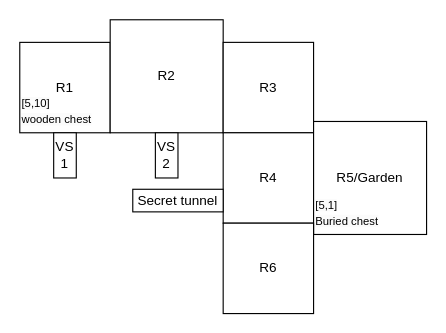
Earlier version of the draw.io diagram Survive/Documentation/Floor0.drawio (Otasmacour/Survive). Source tidied: cells renumbered, new cells numbered last; positions are measured from the earlier drawing's top-left corner, leaving out a move shared by most shapes. Both pictures are drawn from the tidied source at 113%, with x=0, y=0 at pixel (19, 19).
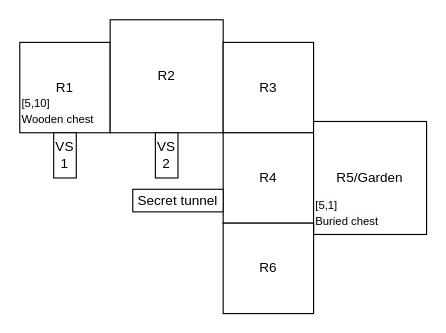
Above is the later version.

Diff of the diagram source:
```diff
@@
 <mxGraphModel>
   <root>
     <mxCell id="0" />
     <mxCell id="1" parent="0" />
     <mxCell id="2" value="R1" style="whiteSpace=wrap;html=1;" parent="1" vertex="1">
       <mxGeometry y="20" width="80" height="80" as="geometry" />
     </mxCell>
     <mxCell id="3" value="R2" style="whiteSpace=wrap;html=1;" parent="1" vertex="1">
       <mxGeometry x="80" width="100" height="100" as="geometry" />
     </mxCell>
     <mxCell id="4" value="R3" style="whiteSpace=wrap;html=1;" parent="1" vertex="1">
       <mxGeometry x="180" y="20" width="80" height="80" as="geometry" />
     </mxCell>
     <mxCell id="5" value="R4" style="whiteSpace=wrap;html=1;" parent="1" vertex="1">
       <mxGeometry x="180" y="100" width="80" height="80" as="geometry" />
     </mxCell>
     <mxCell id="6" value="R5/Garden" style="whiteSpace=wrap;html=1;" parent="1" vertex="1">
       <mxGeometry x="260" y="90" width="100" height="100" as="geometry" />
     </mxCell>
     <mxCell id="7" value="R6" style="whiteSpace=wrap;html=1;" parent="1" vertex="1">
       <mxGeometry x="180" y="180" width="80" height="80" as="geometry" />
     </mxCell>
     <mxCell id="8" value="VS&lt;br&gt;2" style="rounded=0;whiteSpace=wrap;html=1;" parent="1" vertex="1">
       <mxGeometry x="120" y="100" width="20" height="40" as="geometry" />
     </mxCell>
     <mxCell id="9" value="VS&lt;br&gt;1" style="rounded=0;whiteSpace=wrap;html=1;" parent="1" vertex="1">
       <mxGeometry x="30" y="100" width="20" height="40" as="geometry" />
     </mxCell>
     <mxCell id="10" value="Secret tunnel" style="rounded=0;whiteSpace=wrap;html=1;" parent="1" vertex="1">
       <mxGeometry x="100" y="150" width="80" height="20" as="geometry" />
     </mxCell>
     <mxCell id="11" value="&lt;span style=&quot;color: rgb(0, 0, 0); font-family: Helvetica; font-size: 10px; font-style: normal; font-variant-ligatures: normal; font-variant-caps: normal; font-weight: 400; letter-spacing: normal; orphans: 2; text-align: center; text-indent: 0px; text-transform: none; widows: 2; word-spacing: 0px; -webkit-text-stroke-width: 0px; background-color: rgb(251, 251, 251); text-decoration-thickness: initial; text-decoration-style: initial; text-decoration-color: initial; float: none; display: inline !important;&quot;&gt;[5,1]&lt;/span&gt;&lt;br style=&quot;border-color: var(--border-color); color: rgb(0, 0, 0); font-family: Helvetica; font-size: 10px; font-style: normal; font-variant-ligatures: normal; font-variant-caps: normal; font-weight: 400; letter-spacing: normal; orphans: 2; text-align: center; text-indent: 0px; text-transform: none; widows: 2; word-spacing: 0px; -webkit-text-stroke-width: 0px; background-color: rgb(251, 251, 251); text-decoration-thickness: initial; text-decoration-style: initial; text-decoration-color: initial;&quot;&gt;&lt;span style=&quot;color: rgb(0, 0, 0); font-family: Helvetica; font-size: 10px; font-style: normal; font-variant-ligatures: normal; font-variant-caps: normal; font-weight: 400; letter-spacing: normal; orphans: 2; text-align: center; text-indent: 0px; text-transform: none; widows: 2; word-spacing: 0px; -webkit-text-stroke-width: 0px; background-color: rgb(251, 251, 251); text-decoration-thickness: initial; text-decoration-style: initial; text-decoration-color: initial; float: none; display: inline !important;&quot;&gt;Buried chest&lt;/span&gt;" style="text;whiteSpace=wrap;html=1;" parent="1" vertex="1">
       <mxGeometry x="260" y="150" width="100" height="50" as="geometry" />
     </mxCell>
-    <mxCell id="12" value="&lt;span style=&quot;color: rgb(0, 0, 0); font-family: Helvetica; font-size: 10px; font-style: normal; font-variant-ligatures: normal; font-variant-caps: normal; font-weight: 400; letter-spacing: normal; orphans: 2; text-align: center; text-indent: 0px; text-transform: none; widows: 2; word-spacing: 0px; -webkit-text-stroke-width: 0px; background-color: rgb(251, 251, 251); text-decoration-thickness: initial; text-decoration-style: initial; text-decoration-color: initial; float: none; display: inline !important;&quot;&gt;[5,10]&lt;/span&gt;&lt;br style=&quot;border-color: var(--border-color); color: rgb(0, 0, 0); font-family: Helvetica; font-size: 10px; font-style: normal; font-variant-ligatures: normal; font-variant-caps: normal; font-weight: 400; letter-spacing: normal; orphans: 2; text-align: center; text-indent: 0px; text-transform: none; widows: 2; word-spacing: 0px; -webkit-text-stroke-width: 0px; background-color: rgb(251, 251, 251); text-decoration-thickness: initial; text-decoration-style: initial; text-decoration-color: initial;&quot;&gt;&lt;span style=&quot;color: rgb(0, 0, 0); font-family: Helvetica; font-size: 10px; font-style: normal; font-variant-ligatures: normal; font-variant-caps: normal; font-weight: 400; letter-spacing: normal; orphans: 2; text-align: center; text-indent: 0px; text-transform: none; widows: 2; word-spacing: 0px; -webkit-text-stroke-width: 0px; background-color: rgb(251, 251, 251); text-decoration-thickness: initial; text-decoration-style: initial; text-decoration-color: initial; float: none; display: inline !important;&quot;&gt;wooden chest&lt;/span&gt;" style="text;whiteSpace=wrap;html=1;" parent="1" vertex="1">
+    <mxCell id="12" value="&lt;span style=&quot;color: rgb(0, 0, 0); font-family: Helvetica; font-size: 10px; font-style: normal; font-variant-ligatures: normal; font-variant-caps: normal; font-weight: 400; letter-spacing: normal; orphans: 2; text-align: center; text-indent: 0px; text-transform: none; widows: 2; word-spacing: 0px; -webkit-text-stroke-width: 0px; background-color: rgb(251, 251, 251); text-decoration-thickness: initial; text-decoration-style: initial; text-decoration-color: initial; float: none; display: inline !important;&quot;&gt;[5,10]&lt;/span&gt;&lt;br style=&quot;border-color: var(--border-color); color: rgb(0, 0, 0); font-family: Helvetica; font-size: 10px; font-style: normal; font-variant-ligatures: normal; font-variant-caps: normal; font-weight: 400; letter-spacing: normal; orphans: 2; text-align: center; text-indent: 0px; text-transform: none; widows: 2; word-spacing: 0px; -webkit-text-stroke-width: 0px; background-color: rgb(251, 251, 251); text-decoration-thickness: initial; text-decoration-style: initial; text-decoration-color: initial;&quot;&gt;&lt;span style=&quot;color: rgb(0, 0, 0); font-family: Helvetica; font-size: 10px; font-style: normal; font-variant-ligatures: normal; font-variant-caps: normal; font-weight: 400; letter-spacing: normal; orphans: 2; text-align: center; text-indent: 0px; text-transform: none; widows: 2; word-spacing: 0px; -webkit-text-stroke-width: 0px; background-color: rgb(251, 251, 251); text-decoration-thickness: initial; text-decoration-style: initial; text-decoration-color: initial; float: none; display: inline !important;&quot;&gt;Wooden chest&lt;/span&gt;" style="text;whiteSpace=wrap;html=1;" parent="1" vertex="1">
       <mxGeometry y="60" width="100" height="50" as="geometry" />
     </mxCell>
   </root>
 </mxGraphModel>
```
